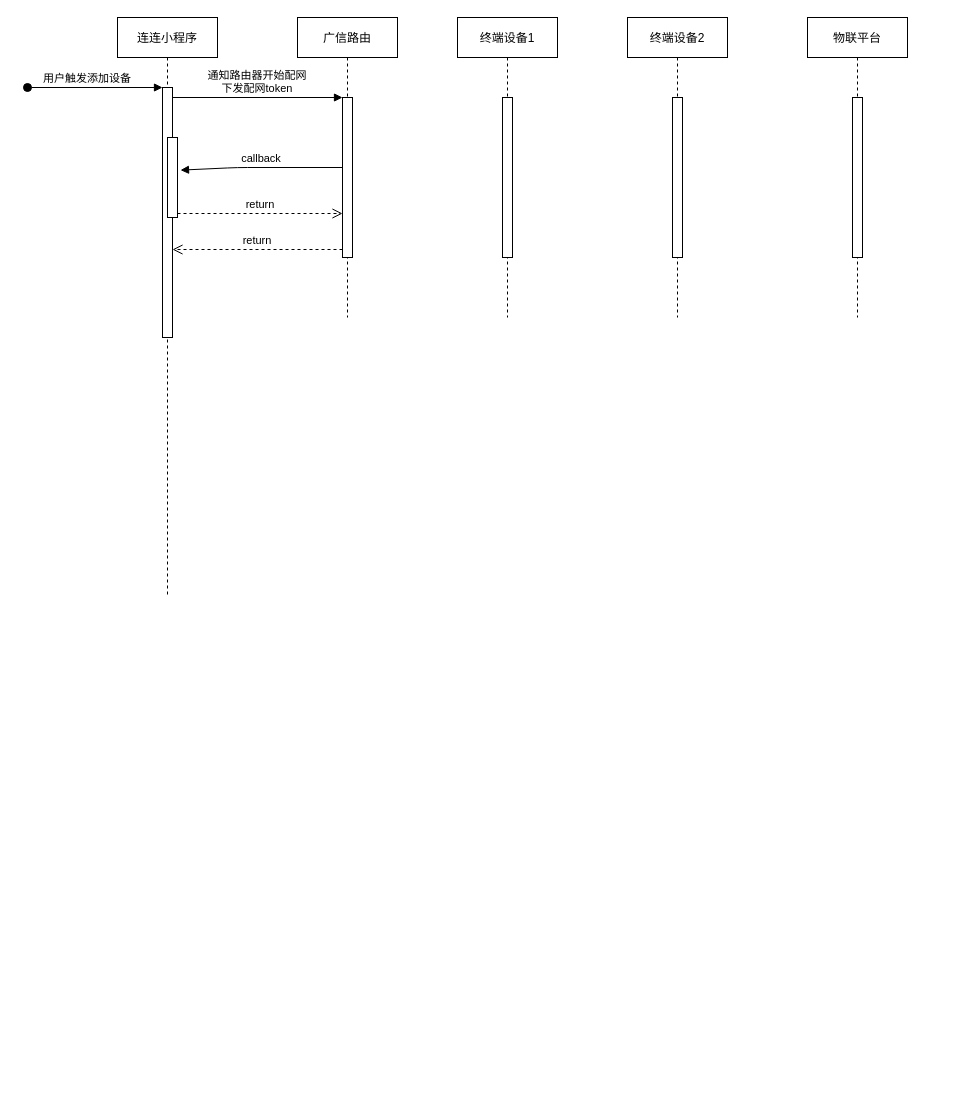
xupenghu/bitmap keeps this draw.io diagram as Untitled Diagram.drawio. Above is the earlier version. Source tidied: cells renumbered, new cells numbered last; positions are measured from the earlier drawing's top-left corner, leaving out a move shared by most shapes. Both pictures are drawn from the tidied source at 100%, with x=0, y=0 at pixel (27, 17).
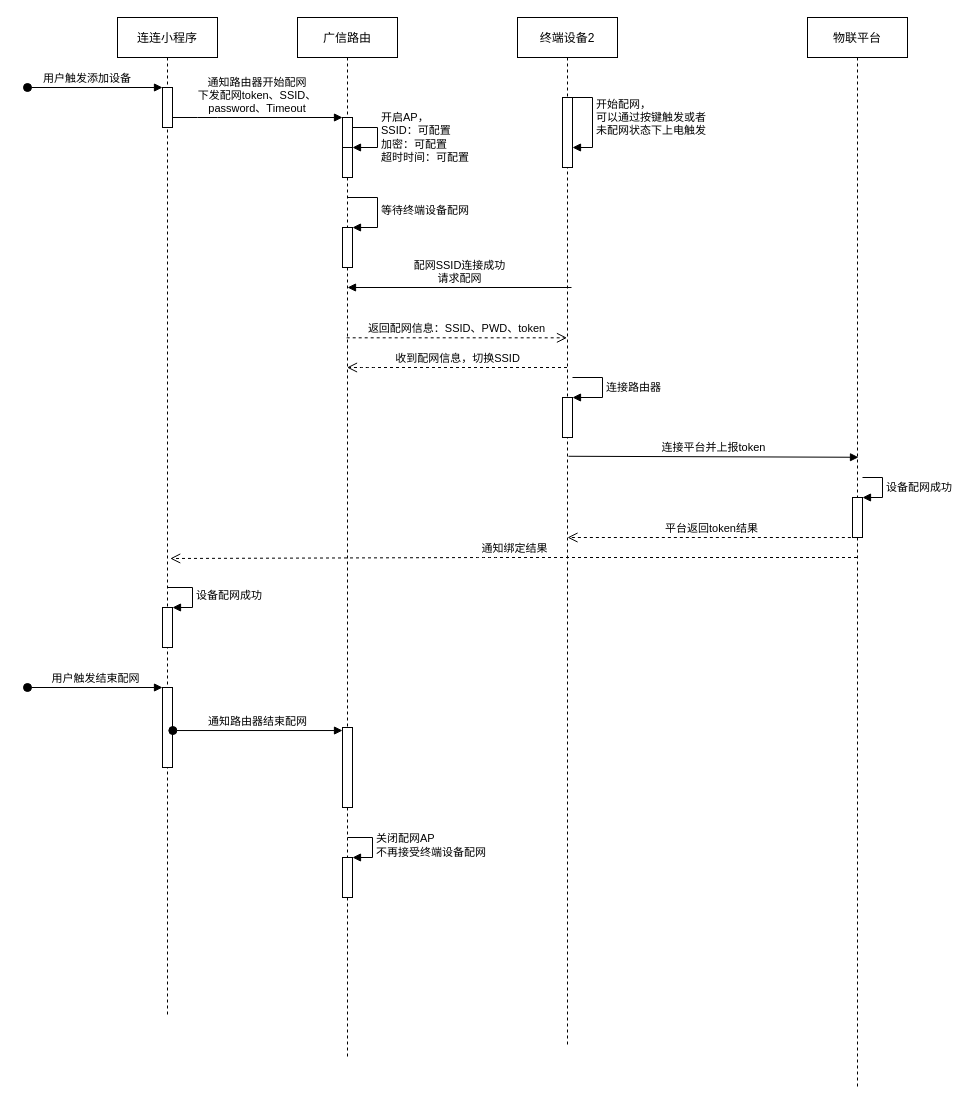
Above is the later version.

Change to the diagram source:
```diff
@@
     <mxCell id="2" value="连连小程序" style="shape=umlLifeline;perimeter=lifelinePerimeter;rounded=0;shadow=0;strokeWidth=1;" parent="1" vertex="1">
-      <mxGeometry x="90" width="100" height="580" as="geometry" />
+      <mxGeometry x="90" width="100" height="1000" as="geometry" />
     </mxCell>
     <mxCell id="3" style="points=[];perimeter=orthogonalPerimeter;rounded=0;shadow=0;strokeWidth=1;" parent="2" vertex="1">
-      <mxGeometry x="45" y="70" width="10" height="250" as="geometry" />
+      <mxGeometry x="45" y="70" width="10" height="40" as="geometry" />
     </mxCell>
@@
-    <mxCell id="5" style="points=[];perimeter=orthogonalPerimeter;rounded=0;shadow=0;strokeWidth=1;" parent="2" vertex="1">
-      <mxGeometry x="50" y="120" width="10" height="80" as="geometry" />
-    </mxCell>
+    <mxCell id="18" style="html=1;points=[];perimeter=orthogonalPerimeter;" parent="2" vertex="1">
+      <mxGeometry x="45" y="590" width="10" height="40" as="geometry" />
+    </mxCell>
+    <mxCell id="19" value="设备配网成功" style="edgeStyle=orthogonalEdgeStyle;html=1;align=left;spacingLeft=2;endArrow=block;rounded=0;entryX=1;entryY=0;" parent="2" edge="1" target="18">
+      <mxGeometry relative="1" as="geometry">
+        <mxPoint x="50" y="570" as="sourcePoint" />
+        <Array as="points">
+          <mxPoint x="75" y="570" />
+        </Array>
+      </mxGeometry>
+    </mxCell>
+    <mxCell id="20" style="html=1;points=[];perimeter=orthogonalPerimeter;" parent="2" vertex="1">
+      <mxGeometry x="45" y="670" width="10" height="80" as="geometry" />
+    </mxCell>
+    <mxCell id="21" value="用户触发结束配网" style="html=1;verticalAlign=bottom;startArrow=oval;endArrow=block;startSize=8;" parent="2" edge="1" target="20">
+      <mxGeometry relative="1" as="geometry">
+        <mxPoint x="-90" y="670" as="sourcePoint" />
+      </mxGeometry>
+    </mxCell>
     <mxCell id="6" value="广信路由" style="shape=umlLifeline;perimeter=lifelinePerimeter;rounded=0;shadow=0;strokeWidth=1;" parent="1" vertex="1">
-      <mxGeometry x="270" width="100" height="300" as="geometry" />
+      <mxGeometry x="270" width="100" height="1040" as="geometry" />
     </mxCell>
     <mxCell id="7" style="points=[];perimeter=orthogonalPerimeter;rounded=0;shadow=0;strokeWidth=1;" parent="6" vertex="1">
-      <mxGeometry x="45" y="80" width="10" height="160" as="geometry" />
+      <mxGeometry x="45" y="100" width="10" height="60" as="geometry" />
     </mxCell>
-    <mxCell id="8" value="return" style="verticalAlign=bottom;endArrow=open;dashed=1;endSize=8;exitX=0;exitY=0.95;shadow=0;strokeWidth=1;" parent="1" edge="1" source="7" target="3">
-      <mxGeometry relative="1" as="geometry" />
-    </mxCell>
+    <mxCell id="22" style="html=1;points=[];perimeter=orthogonalPerimeter;" parent="6" vertex="1">
+      <mxGeometry x="45" y="130" width="10" height="30" as="geometry" />
+    </mxCell>
+    <mxCell id="23" value="开启AP，&lt;br&gt;SSID：可配置&lt;br&gt;加密：可配置&lt;br&gt;超时时间：可配置" style="edgeStyle=orthogonalEdgeStyle;html=1;align=left;spacingLeft=2;endArrow=block;rounded=0;entryX=1;entryY=0;" parent="6" edge="1" target="22">
+      <mxGeometry relative="1" as="geometry">
+        <mxPoint x="55" y="110" as="sourcePoint" />
+        <Array as="points">
+          <mxPoint x="80" y="110" />
+        </Array>
+      </mxGeometry>
+    </mxCell>
+    <mxCell id="24" style="html=1;points=[];perimeter=orthogonalPerimeter;" parent="6" vertex="1">
+      <mxGeometry x="45" y="210" width="10" height="40" as="geometry" />
+    </mxCell>
+    <mxCell id="25" value="等待终端设备配网" style="edgeStyle=orthogonalEdgeStyle;html=1;align=left;spacingLeft=2;endArrow=block;rounded=0;entryX=1;entryY=0;" parent="6" edge="1" target="24">
+      <mxGeometry relative="1" as="geometry">
+        <mxPoint x="50" y="180" as="sourcePoint" />
+        <Array as="points">
+          <mxPoint x="80" y="180" />
+          <mxPoint x="80" y="210" />
+        </Array>
+      </mxGeometry>
+    </mxCell>
+    <mxCell id="26" style="html=1;points=[];perimeter=orthogonalPerimeter;" parent="6" vertex="1">
+      <mxGeometry x="45" y="710" width="10" height="80" as="geometry" />
+    </mxCell>
+    <mxCell id="27" style="html=1;points=[];perimeter=orthogonalPerimeter;" parent="6" vertex="1">
+      <mxGeometry x="45" y="840" width="10" height="40" as="geometry" />
+    </mxCell>
+    <mxCell id="28" value="关闭配网AP&lt;br&gt;不再接受终端设备配网" style="edgeStyle=orthogonalEdgeStyle;html=1;align=left;spacingLeft=2;endArrow=block;rounded=0;entryX=1;entryY=0;" parent="6" edge="1" target="27">
+      <mxGeometry relative="1" as="geometry">
+        <mxPoint x="50" y="820" as="sourcePoint" />
+        <Array as="points">
+          <mxPoint x="75" y="820" />
+        </Array>
+      </mxGeometry>
+    </mxCell>
-    <mxCell id="9" value="通知路由器开始配网&#10;下发配网token" style="verticalAlign=bottom;endArrow=block;entryX=0;entryY=0;shadow=0;strokeWidth=1;" parent="1" edge="1" source="3" target="7">
-      <mxGeometry relative="1" as="geometry" />
+    <mxCell id="9" value="通知路由器开始配网&#10;下发配网token、SSID、&#10;password、Timeout" style="verticalAlign=bottom;endArrow=block;entryX=0;entryY=0;shadow=0;strokeWidth=1;" parent="1" edge="1" source="3" target="7">
+      <mxGeometry relative="1" as="geometry">
+        <Array as="points">
+          <mxPoint x="180" y="100" />
+        </Array>
+      </mxGeometry>
     </mxCell>
-    <mxCell id="10" value="callback" style="verticalAlign=bottom;endArrow=block;entryX=1.3;entryY=0.408;shadow=0;strokeWidth=1;entryDx=0;entryDy=0;entryPerimeter=0;" parent="1" edge="1" source="7" target="5">
-      <mxGeometry relative="1" as="geometry">
-        <Array as="points">
-          <mxPoint x="210" y="150" />
-        </Array>
-      </mxGeometry>
-    </mxCell>
-    <mxCell id="11" value="return" style="verticalAlign=bottom;endArrow=open;dashed=1;endSize=8;exitX=1;exitY=0.95;shadow=0;strokeWidth=1;" parent="1" edge="1" source="5" target="7">
-      <mxGeometry relative="1" as="geometry" />
-    </mxCell>
-    <mxCell id="12" value="终端设备1" style="shape=umlLifeline;perimeter=lifelinePerimeter;rounded=0;shadow=0;strokeWidth=1;" parent="1" vertex="1">
-      <mxGeometry x="430" width="100" height="300" as="geometry" />
-    </mxCell>
-    <mxCell id="13" style="perimeter=orthogonalPerimeter;rounded=0;shadow=0;strokeWidth=1;" parent="12" vertex="1">
-      <mxGeometry x="45" y="80" width="10" height="160" as="geometry" />
-    </mxCell>
     <mxCell id="14" value="终端设备2" style="shape=umlLifeline;perimeter=lifelinePerimeter;rounded=0;shadow=0;strokeWidth=1;" parent="1" vertex="1">
-      <mxGeometry x="600" width="100" height="300" as="geometry" />
+      <mxGeometry x="490" width="100" height="1030" as="geometry" />
     </mxCell>
     <mxCell id="15" style="points=[];perimeter=orthogonalPerimeter;rounded=0;shadow=0;strokeWidth=1;" parent="14" vertex="1">
-      <mxGeometry x="45" y="80" width="10" height="160" as="geometry" />
+      <mxGeometry x="45" y="80" width="10" height="70" as="geometry" />
     </mxCell>
+    <mxCell id="29" value="开始配网，&lt;br&gt;可以通过按键触发或者&lt;br&gt;未配网状态下上电触发" style="edgeStyle=orthogonalEdgeStyle;html=1;align=left;spacingLeft=2;endArrow=block;rounded=0;" parent="14" edge="1" target="15">
+      <mxGeometry relative="1" as="geometry">
+        <mxPoint x="45" y="80" as="sourcePoint" />
+        <Array as="points">
+          <mxPoint x="75" y="80" />
+          <mxPoint x="75" y="130" />
+        </Array>
+      </mxGeometry>
+    </mxCell>
+    <mxCell id="30" style="html=1;points=[];perimeter=orthogonalPerimeter;" parent="14" vertex="1">
+      <mxGeometry x="45" y="380" width="10" height="40" as="geometry" />
+    </mxCell>
+    <mxCell id="31" value="连接路由器" style="edgeStyle=orthogonalEdgeStyle;html=1;align=left;spacingLeft=2;endArrow=block;rounded=0;entryX=1;entryY=0;" parent="14" edge="1" target="30">
+      <mxGeometry relative="1" as="geometry">
+        <mxPoint x="55" y="360" as="sourcePoint" />
+        <Array as="points">
+          <mxPoint x="85" y="360" />
+        </Array>
+      </mxGeometry>
+    </mxCell>
+    <mxCell id="32" value="平台返回token结果" style="html=1;verticalAlign=bottom;endArrow=open;dashed=1;endSize=8;exitX=0.494;exitY=0.486;exitDx=0;exitDy=0;exitPerimeter=0;" parent="14" edge="1" source="16">
+      <mxGeometry relative="1" as="geometry">
+        <mxPoint x="50" y="520" as="targetPoint" />
+      </mxGeometry>
+    </mxCell>
     <mxCell id="16" value="物联平台" style="shape=umlLifeline;perimeter=lifelinePerimeter;rounded=0;shadow=0;strokeWidth=1;" parent="1" vertex="1">
-      <mxGeometry x="780" width="100" height="300" as="geometry" />
+      <mxGeometry x="780" width="100" height="1070" as="geometry" />
     </mxCell>
-    <mxCell id="17" style="perimeter=orthogonalPerimeter;rounded=0;shadow=0;strokeWidth=1;" parent="16" vertex="1">
-      <mxGeometry x="45" y="80" width="10" height="160" as="geometry" />
-    </mxCell>
+    <mxCell id="33" style="html=1;points=[];perimeter=orthogonalPerimeter;" parent="16" vertex="1">
+      <mxGeometry x="45" y="480" width="10" height="40" as="geometry" />
+    </mxCell>
+    <mxCell id="34" value="设备配网成功" style="edgeStyle=orthogonalEdgeStyle;html=1;align=left;spacingLeft=2;endArrow=block;rounded=0;entryX=1;entryY=0;" parent="16" edge="1" target="33">
+      <mxGeometry relative="1" as="geometry">
+        <mxPoint x="55" y="460" as="sourcePoint" />
+        <Array as="points">
+          <mxPoint x="75" y="460" />
+        </Array>
+      </mxGeometry>
+    </mxCell>
+    <mxCell id="35" value="收到配网信息，切换SSID" style="html=1;verticalAlign=bottom;endArrow=open;dashed=1;endSize=8;" parent="1" edge="1" source="14" target="6">
+      <mxGeometry relative="1" as="geometry">
+        <Array as="points">
+          <mxPoint x="540" y="350" />
+          <mxPoint x="340" y="350" />
+        </Array>
+      </mxGeometry>
+    </mxCell>
+    <mxCell id="36" value="配网SSID连接成功&lt;br&gt;请求配网" style="html=1;verticalAlign=bottom;endArrow=block;entryX=0.477;entryY=0.228;entryDx=0;entryDy=0;entryPerimeter=0;" parent="1" edge="1">
+      <mxGeometry relative="1" as="geometry">
+        <mxPoint x="544" y="270" as="sourcePoint" />
+        <mxPoint x="320" y="270" as="targetPoint" />
+      </mxGeometry>
+    </mxCell>
+    <mxCell id="37" value="返回配网信息：SSID、PWD、token" style="html=1;verticalAlign=bottom;endArrow=open;dashed=1;endSize=8;exitX=0.492;exitY=0.308;exitDx=0;exitDy=0;exitPerimeter=0;" parent="1" edge="1" source="6" target="14">
+      <mxGeometry relative="1" as="geometry" />
+    </mxCell>
+    <mxCell id="38" value="连接平台并上报token" style="html=1;verticalAlign=bottom;endArrow=block;exitX=0.51;exitY=0.426;exitDx=0;exitDy=0;exitPerimeter=0;entryX=0.51;entryY=0.411;entryDx=0;entryDy=0;entryPerimeter=0;" parent="1" edge="1" source="14" target="16">
+      <mxGeometry relative="1" as="geometry" />
+    </mxCell>
+    <mxCell id="39" value="通知绑定结果" style="html=1;verticalAlign=bottom;endArrow=open;dashed=1;endSize=8;entryX=0.527;entryY=0.541;entryDx=0;entryDy=0;entryPerimeter=0;" parent="1" edge="1" source="16" target="2">
+      <mxGeometry relative="1" as="geometry">
+        <Array as="points">
+          <mxPoint x="460" y="540" />
+        </Array>
+      </mxGeometry>
+    </mxCell>
+    <mxCell id="40" value="通知路由器结束配网" style="html=1;verticalAlign=bottom;startArrow=oval;endArrow=block;startSize=8;exitX=1.033;exitY=0.538;exitDx=0;exitDy=0;exitPerimeter=0;" parent="1" edge="1" source="20" target="26">
+      <mxGeometry relative="1" as="geometry" />
+    </mxCell>
```
